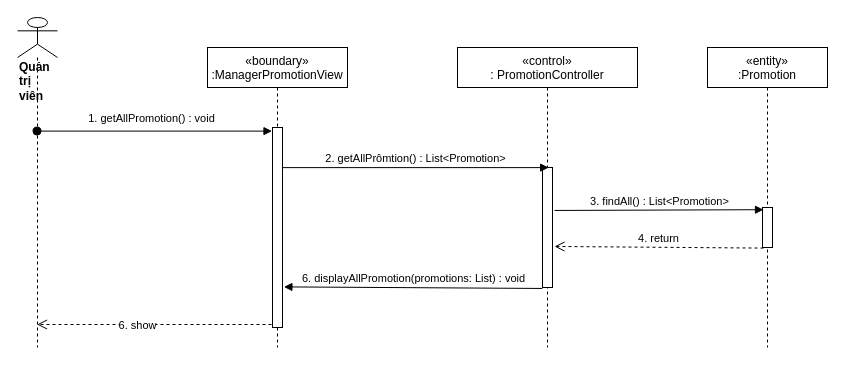
Earlier version of the draw.io diagram sequence diagram/view-promotions-manager-sequence.drawio (nguyenphamvan/datn_20202). Source tidied: cells renumbered, new cells numbered last; positions are measured from the earlier drawing's top-left corner, leaving out a move shared by most shapes. Both pictures are drawn from the tidied source at 100%, with x=0, y=0 at pixel (17, 17).
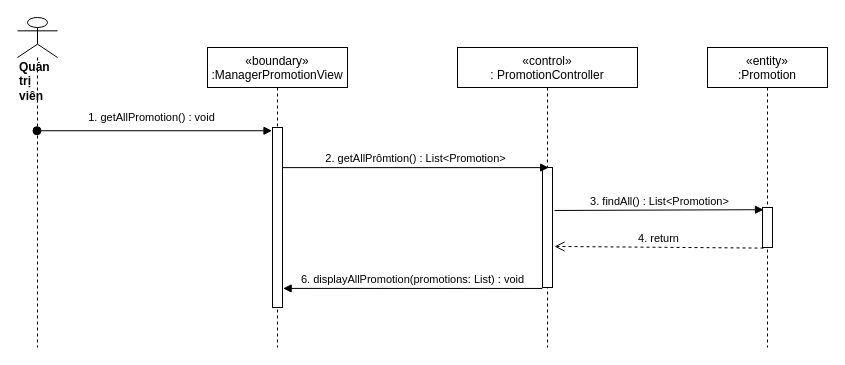
The same diagram, later.

Change to the diagram source:
```diff
@@
 <mxGraphModel>
   <root>
     <mxCell id="0" />
     <mxCell id="1" parent="0" />
     <mxCell id="2" value="«boundary»&#10;:ManagerPromotionView" style="shape=umlLifeline;perimeter=lifelinePerimeter;rounded=0;shadow=0;strokeWidth=1;" parent="1" vertex="1">
       <mxGeometry x="190" y="30" width="140" height="300" as="geometry" />
     </mxCell>
     <mxCell id="3" style="points=[];perimeter=orthogonalPerimeter;rounded=0;shadow=0;strokeWidth=1;" parent="2" vertex="1">
-      <mxGeometry x="65" y="80" width="10" height="200" as="geometry" />
+      <mxGeometry x="65" y="80" width="10" height="180" as="geometry" />
     </mxCell>
     <mxCell id="4" value="«control»&#10;: PromotionController" style="shape=umlLifeline;perimeter=lifelinePerimeter;rounded=0;shadow=0;strokeWidth=1;" parent="1" vertex="1">
       <mxGeometry x="440" y="30" width="180" height="300" as="geometry" />
     </mxCell>
     <mxCell id="5" style="points=[];perimeter=orthogonalPerimeter;rounded=0;shadow=0;strokeWidth=1;" parent="4" vertex="1">
       <mxGeometry x="85" y="120" width="10" height="120" as="geometry" />
     </mxCell>
     <mxCell id="6" value="&lt;div&gt;&lt;b&gt;Quản trị viên&lt;/b&gt;&lt;/div&gt;" style="shape=umlLifeline;participant=umlActor;perimeter=lifelinePerimeter;whiteSpace=wrap;html=1;verticalAlign=top;spacingTop=36;outlineConnect=0;align=left;size=40;" parent="1" vertex="1">
       <mxGeometry width="40" height="330" as="geometry" />
     </mxCell>
     <mxCell id="7" value="1. getAllPromotion() : void" style="verticalAlign=bottom;startArrow=oval;endArrow=block;startSize=8;shadow=0;strokeWidth=1;entryX=-0.05;entryY=0.018;entryDx=0;entryDy=0;entryPerimeter=0;" parent="1" edge="1" source="6" target="3">
       <mxGeometry x="-0.02" y="4" relative="1" as="geometry" />
     </mxCell>
     <mxCell id="8" value="2. getAllPrômtion() : List&amp;lt;Promotion&amp;gt;" style="html=1;verticalAlign=bottom;endArrow=block;entryX=0.617;entryY=0.001;entryDx=0;entryDy=0;entryPerimeter=0;" parent="1" edge="1" source="3" target="5">
       <mxGeometry relative="1" as="geometry" />
     </mxCell>
     <mxCell id="9" value="«entity»&#10;:Promotion" style="shape=umlLifeline;perimeter=lifelinePerimeter;rounded=0;shadow=0;strokeWidth=1;" parent="1" vertex="1">
       <mxGeometry x="690" y="30" width="120" height="300" as="geometry" />
     </mxCell>
     <mxCell id="10" style="points=[];perimeter=orthogonalPerimeter;rounded=0;shadow=0;strokeWidth=1;" parent="9" vertex="1">
       <mxGeometry x="55" y="160" width="10" height="40" as="geometry" />
     </mxCell>
     <mxCell id="11" value="3. findAll() : List&amp;lt;Promotion&amp;gt;" style="html=1;verticalAlign=bottom;endArrow=block;entryX=0.1;entryY=0.055;entryDx=0;entryDy=0;entryPerimeter=0;exitX=1.2;exitY=0.358;exitDx=0;exitDy=0;exitPerimeter=0;" parent="1" edge="1" source="5" target="10">
       <mxGeometry relative="1" as="geometry" />
     </mxCell>
     <mxCell id="12" value="4. return" style="html=1;verticalAlign=bottom;endArrow=open;dashed=1;endSize=8;exitX=0.1;exitY=1.015;exitDx=0;exitDy=0;exitPerimeter=0;entryX=1.2;entryY=0.658;entryDx=0;entryDy=0;entryPerimeter=0;" parent="1" edge="1" source="10" target="5">
       <mxGeometry relative="1" as="geometry" />
     </mxCell>
-    <mxCell id="13" style="html=1;verticalAlign=bottom;endArrow=open;dashed=1;endSize=8;exitX=-0.1;exitY=0.985;exitDx=0;exitDy=0;exitPerimeter=0;" parent="1" edge="1" source="3" target="6">
-      <mxGeometry relative="1" as="geometry" />
-    </mxCell>
-    <mxCell id="14" value="6. show" style="edgeLabel;html=1;align=center;verticalAlign=middle;" parent="13" vertex="1">
-      <mxGeometry x="0.15" relative="1" as="geometry" />
-    </mxCell>
-    <mxCell id="15" value="6. displayAllPromotion(promotions: List) : void" style="html=1;verticalAlign=bottom;endArrow=block;exitX=-0.02;exitY=1.008;exitDx=0;exitDy=0;exitPerimeter=0;entryX=1.14;entryY=0.797;entryDx=0;entryDy=0;entryPerimeter=0;" parent="1" edge="1" source="5" target="3">
+    <mxCell id="15" value="6. displayAllPromotion(promotions: List) : void" style="html=1;verticalAlign=bottom;endArrow=block;exitX=-0.02;exitY=1.008;exitDx=0;exitDy=0;exitPerimeter=0;entryX=1.06;entryY=0.894;entryDx=0;entryDy=0;entryPerimeter=0;" parent="1" edge="1" source="5" target="3">
       <mxGeometry relative="1" as="geometry" />
     </mxCell>
   </root>
 </mxGraphModel>
```
